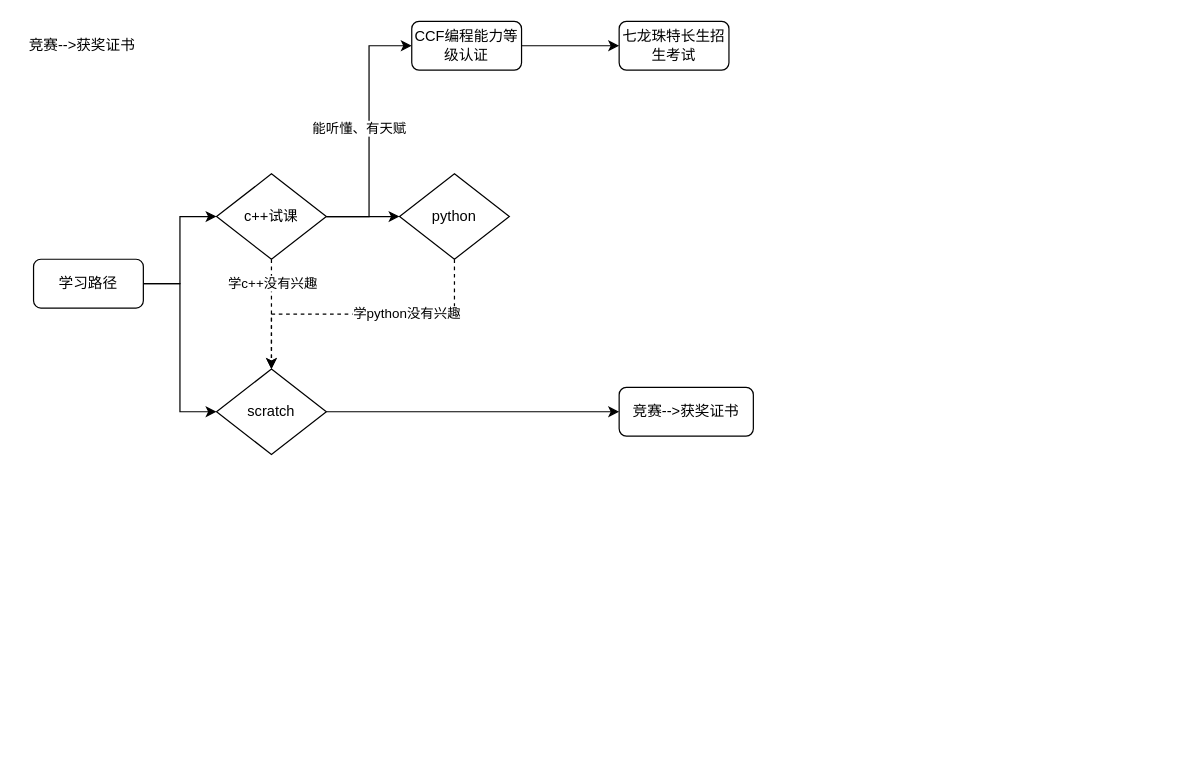
Earlier version of the draw.io diagram 未命名绘图.drawio (irene404/UMessage_1_4). Source tidied: cells renumbered, new cells numbered last; positions are measured from the earlier drawing's top-left corner, leaving out a move shared by most shapes. Both pictures are drawn from the tidied source at 122%, with x=0, y=0 at pixel (21, 21).
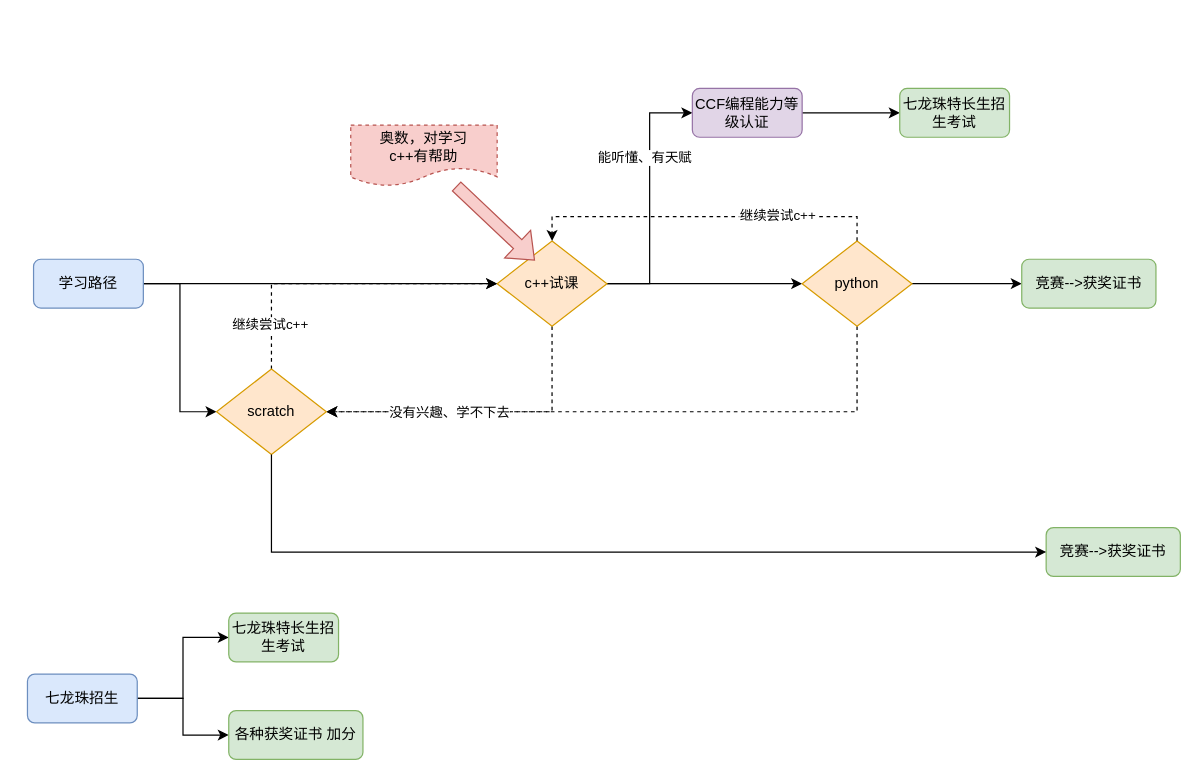
After the change.

Commit message:
更新未命名绘图.drawio

The change refers to these unchanged cells:
```xml
<mxCell id="7" style="edgeStyle=orthogonalEdgeStyle;rounded=0;jettySize=auto;html=1;entryX=0;entryY=0.5;entryDx=0;entryDy=0;" parent="1" edge="1" source="11" target="14">
  <mxGeometry relative="1" as="geometry" />
</mxCell>
```

The edit, as a diff of the source:
```diff
@@
-    <mxCell id="4" value="学习路径" style="rounded=1;whiteSpace=wrap;html=1;" parent="1" vertex="1">
+    <mxCell id="4" value="学习路径" style="rounded=1;whiteSpace=wrap;html=1;fillColor=#dae8fc;strokeColor=#6c8ebf;" parent="1" vertex="1">
       <mxGeometry x="10" y="195" width="90" height="40" as="geometry" />
     </mxCell>
-    <mxCell id="5" value="竞赛--&amp;gt;获奖证书" style="text;html=1;align=center;verticalAlign=middle;whiteSpace=wrap;rounded=0;" parent="1" vertex="1">
-      <mxGeometry y="5" width="100" height="30" as="geometry" />
-    </mxCell>
@@
     <mxCell id="8" value="能听懂、有天赋" style="edgeLabel;html=1;align=center;verticalAlign=middle;" parent="7" vertex="1">
-      <mxGeometry x="0.03" y="9" relative="1" as="geometry" />
+      <mxGeometry x="0.03" y="9" relative="1" as="geometry">
+        <mxPoint x="4" y="-31" as="offset" />
+      </mxGeometry>
     </mxCell>
-    <mxCell id="9" style="edgeStyle=orthogonalEdgeStyle;rounded=0;jettySize=auto;html=1;dashed=1;" parent="1" edge="1" source="11">
-      <mxGeometry relative="1" as="geometry">
-        <mxPoint x="205" y="285" as="targetPoint" />
-      </mxGeometry>
-    </mxCell>
-    <mxCell id="10" value="学c++没有兴趣" style="edgeLabel;html=1;align=center;verticalAlign=middle;" parent="9" vertex="1">
-      <mxGeometry x="-0.58" relative="1" as="geometry" />
-    </mxCell>
+    <mxCell id="21" style="edgeStyle=orthogonalEdgeStyle;rounded=0;jettySize=auto;html=1;entryX=1;entryY=0.5;entryDx=0;entryDy=0;exitX=0.5;exitY=1;exitDx=0;exitDy=0;dashed=1;" parent="1" edge="1" source="11" target="20">
+      <mxGeometry relative="1" as="geometry" />
+    </mxCell>
-    <mxCell id="11" value="c++试课" style="rhombus;whiteSpace=wrap;html=1;" parent="1" vertex="1">
-      <mxGeometry x="160" y="125" width="90" height="70" as="geometry" />
+    <mxCell id="11" value="c++试课" style="rhombus;whiteSpace=wrap;html=1;fillColor=#ffe6cc;strokeColor=#d79b00;" parent="1" vertex="1">
+      <mxGeometry x="390" y="180" width="90" height="70" as="geometry" />
     </mxCell>
-    <mxCell id="12" value="竞赛--&amp;gt;获奖证书" style="rounded=1;whiteSpace=wrap;html=1;" parent="1" vertex="1">
-      <mxGeometry x="490" y="300" width="110" height="40" as="geometry" />
+    <mxCell id="12" value="竞赛--&amp;gt;获奖证书" style="rounded=1;whiteSpace=wrap;html=1;fillColor=#d5e8d4;strokeColor=#82b366;" parent="1" vertex="1">
+      <mxGeometry x="840" y="415" width="110" height="40" as="geometry" />
     </mxCell>
@@
-    <mxCell id="14" value="CCF编程能力等级认证" style="rounded=1;whiteSpace=wrap;html=1;" parent="1" vertex="1">
-      <mxGeometry x="320" width="90" height="40" as="geometry" />
+    <mxCell id="14" value="CCF编程能力等级认证" style="rounded=1;whiteSpace=wrap;html=1;fillColor=#e1d5e7;strokeColor=#9673a6;" parent="1" vertex="1">
+      <mxGeometry x="550" y="55" width="90" height="40" as="geometry" />
     </mxCell>
-    <mxCell id="15" value="七龙珠特长生招生考试" style="rounded=1;whiteSpace=wrap;html=1;" parent="1" vertex="1">
-      <mxGeometry x="490" width="90" height="40" as="geometry" />
+    <mxCell id="15" value="七龙珠特长生招生考试" style="rounded=1;whiteSpace=wrap;html=1;fillColor=#d5e8d4;strokeColor=#82b366;" parent="1" vertex="1">
+      <mxGeometry x="720" y="55" width="90" height="40" as="geometry" />
     </mxCell>
-    <mxCell id="16" style="edgeStyle=orthogonalEdgeStyle;rounded=0;jettySize=auto;html=1;entryX=0.5;entryY=0;entryDx=0;entryDy=0;exitX=0.5;exitY=1;exitDx=0;exitDy=0;dashed=1;" parent="1" edge="1" source="18" target="20">
-      <mxGeometry relative="1" as="geometry" />
+    <mxCell id="16" style="edgeStyle=orthogonalEdgeStyle;rounded=0;jettySize=auto;html=1;entryX=1;entryY=0.5;entryDx=0;entryDy=0;exitX=0.5;exitY=1;exitDx=0;exitDy=0;dashed=1;" parent="1" edge="1" source="18" target="20">
+      <mxGeometry relative="1" as="geometry">
+        <Array as="points">
+          <mxPoint x="685" y="320" />
+        </Array>
+      </mxGeometry>
     </mxCell>
-    <mxCell id="17" value="学python没有兴趣" style="edgeLabel;html=1;align=center;verticalAlign=middle;" parent="16" vertex="1">
-      <mxGeometry x="-0.29" y="-1" relative="1" as="geometry" />
+    <mxCell id="17" value="没有兴趣、学不下去" style="edgeLabel;html=1;align=center;verticalAlign=middle;" parent="16" vertex="1">
+      <mxGeometry x="-0.29" y="-1" relative="1" as="geometry">
+        <mxPoint x="-226" y="1" as="offset" />
+      </mxGeometry>
     </mxCell>
+    <mxCell id="22" style="edgeStyle=orthogonalEdgeStyle;rounded=0;jettySize=auto;html=1;entryX=0.5;entryY=0;entryDx=0;entryDy=0;dashed=1;exitX=0.5;exitY=0;exitDx=0;exitDy=0;" parent="1" edge="1" source="18" target="11">
+      <mxGeometry relative="1" as="geometry">
+        <Array as="points">
+          <mxPoint x="685" y="160" />
+          <mxPoint x="435" y="160" />
+        </Array>
+      </mxGeometry>
+    </mxCell>
+    <mxCell id="23" value="继续尝试c++" style="edgeLabel;html=1;align=center;verticalAlign=middle;" parent="22" vertex="1">
+      <mxGeometry x="-0.41" y="-2" relative="1" as="geometry" />
+    </mxCell>
+    <mxCell id="24" style="edgeStyle=orthogonalEdgeStyle;rounded=0;jettySize=auto;html=1;entryX=0;entryY=0.5;entryDx=0;entryDy=0;" parent="1" edge="1" source="18" target="5">
+      <mxGeometry relative="1" as="geometry" />
+    </mxCell>
-    <mxCell id="18" value="python" style="rhombus;whiteSpace=wrap;html=1;" parent="1" vertex="1">
-      <mxGeometry x="310" y="125" width="90" height="70" as="geometry" />
+    <mxCell id="18" value="python" style="rhombus;whiteSpace=wrap;html=1;fillColor=#ffe6cc;strokeColor=#d79b00;" parent="1" vertex="1">
+      <mxGeometry x="640" y="180" width="90" height="70" as="geometry" />
     </mxCell>
+    <mxCell id="25" style="edgeStyle=orthogonalEdgeStyle;rounded=0;jettySize=auto;html=1;entryX=0;entryY=0.5;entryDx=0;entryDy=0;dashed=1;" parent="1" edge="1" source="20" target="11">
+      <mxGeometry relative="1" as="geometry">
+        <Array as="points">
+          <mxPoint x="205" y="215" />
+        </Array>
+      </mxGeometry>
+    </mxCell>
+    <mxCell id="26" value="继续尝试c++" style="edgeLabel;html=1;align=center;verticalAlign=middle;" parent="25" vertex="1">
+      <mxGeometry x="-0.71" y="2" relative="1" as="geometry" />
+    </mxCell>
+    <mxCell id="20" value="scratch" style="rhombus;whiteSpace=wrap;html=1;fillColor=#ffe6cc;strokeColor=#d79b00;" parent="1" vertex="1">
+      <mxGeometry x="160" y="285" width="90" height="70" as="geometry" />
+    </mxCell>
-    <mxCell id="19" style="edgeStyle=orthogonalEdgeStyle;rounded=0;jettySize=auto;html=1;entryX=0;entryY=0.5;entryDx=0;entryDy=0;" parent="1" edge="1" source="20" target="12">
-      <mxGeometry relative="1" as="geometry" />
+    <mxCell id="19" style="endArrow=classic;html=1;rounded=0;exitX=0.5;exitY=1;exitDx=0;exitDy=0;entryX=0;entryY=0.5;entryDx=0;entryDy=0;" parent="1" edge="1" source="20" target="12">
+      <mxGeometry relative="1" as="geometry">
+        <Array as="points">
+          <mxPoint x="205" y="435" />
+        </Array>
+      </mxGeometry>
     </mxCell>
-    <mxCell id="20" value="scratch" style="rhombus;whiteSpace=wrap;html=1;" parent="1" vertex="1">
-      <mxGeometry x="160" y="285" width="90" height="70" as="geometry" />
-    </mxCell>
+    <mxCell id="5" value="竞赛--&amp;gt;获奖证书" style="rounded=1;whiteSpace=wrap;html=1;fillColor=#d5e8d4;strokeColor=#82b366;" parent="1" vertex="1">
+      <mxGeometry x="820" y="195" width="110" height="40" as="geometry" />
+    </mxCell>
+    <mxCell id="27" style="edgeStyle=orthogonalEdgeStyle;rounded=0;jettySize=auto;html=1;entryX=0;entryY=0.5;entryDx=0;entryDy=0;" parent="1" edge="1" source="29" target="30">
+      <mxGeometry relative="1" as="geometry" />
+    </mxCell>
+    <mxCell id="28" style="edgeStyle=orthogonalEdgeStyle;rounded=0;jettySize=auto;html=1;entryX=0;entryY=0.5;entryDx=0;entryDy=0;" parent="1" edge="1" source="29" target="31">
+      <mxGeometry relative="1" as="geometry" />
+    </mxCell>
+    <mxCell id="29" value="七龙珠招生" style="rounded=1;whiteSpace=wrap;html=1;fillColor=#dae8fc;strokeColor=#6c8ebf;" parent="1" vertex="1">
+      <mxGeometry x="5" y="535" width="90" height="40" as="geometry" />
+    </mxCell>
+    <mxCell id="30" value="七龙珠特长生招生考试" style="rounded=1;whiteSpace=wrap;html=1;fillColor=#d5e8d4;strokeColor=#82b366;" parent="1" vertex="1">
+      <mxGeometry x="170" y="485" width="90" height="40" as="geometry" />
+    </mxCell>
+    <mxCell id="31" value="各种获奖证书 加分" style="rounded=1;whiteSpace=wrap;html=1;fillColor=#d5e8d4;strokeColor=#82b366;" parent="1" vertex="1">
+      <mxGeometry x="170" y="565" width="110" height="40" as="geometry" />
+    </mxCell>
+    <mxCell id="32" value="奥数，对学习&lt;div&gt;c++有帮助&lt;/div&gt;" style="shape=document;whiteSpace=wrap;html=1;boundedLbl=1;dashed=1;fillColor=#f8cecc;strokeColor=#b85450;" parent="1" vertex="1">
+      <mxGeometry x="270" y="85" width="120" height="50" as="geometry" />
+    </mxCell>
+    <mxCell id="33" style="shape=flexArrow;endArrow=classic;html=1;rounded=0;fillColor=#f8cecc;strokeColor=#b85450;entryX=0.344;entryY=0.229;entryDx=0;entryDy=0;entryPerimeter=0;" parent="1" edge="1" source="32" target="11">
+      <mxGeometry relative="1" as="geometry" />
+    </mxCell>
```
